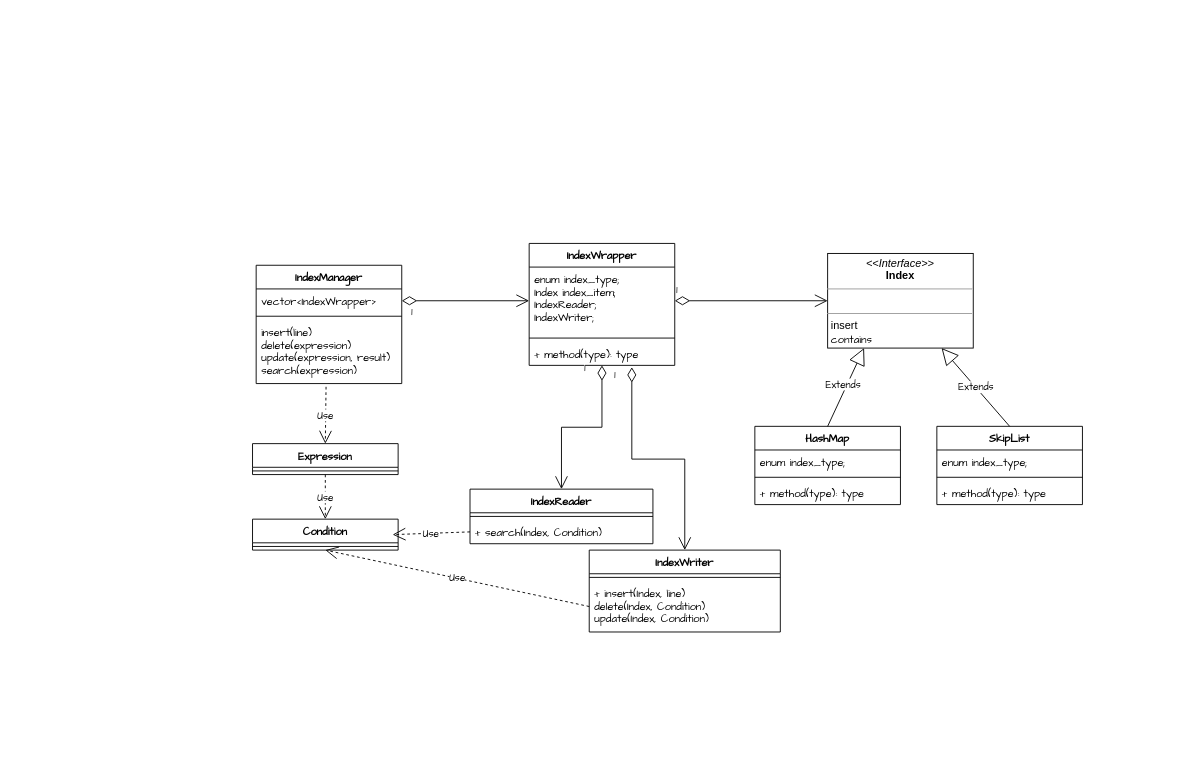
Before: 未命名绘图.drawio in gaochenxi/drawio, a draw.io diagram. Source tidied: cells renumbered, new cells numbered last; positions are measured from the earlier drawing's top-left corner, leaving out a move shared by most shapes. Both pictures are drawn from the tidied source at 91%, with x=0, y=0 at pixel (252, 243).
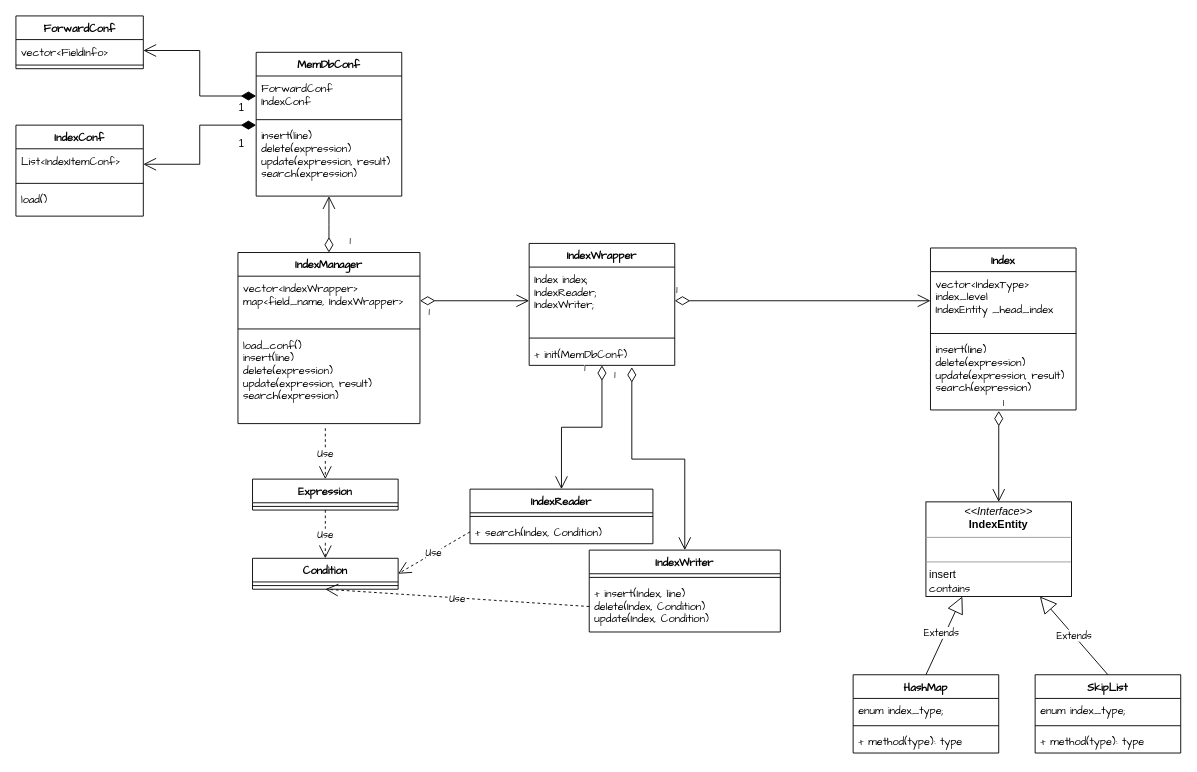
Above is the later version.

Commit message:
更新未命名绘图.drawio

The change refers to these unchanged cells:
```xml
<mxCell id="6" value="IndexWrapper" style="swimlane;fontStyle=1;align=center;verticalAlign=top;horizontal=1;startSize=26;fontFamily=Comic Sans MS;" parent="1" vertex="1">
  <mxGeometry x="304" width="160" height="134" as="geometry" />
</mxCell>
<mxCell id="31" value="+ search(Index, Condition)" style="text;strokeColor=none;fillColor=none;align=left;verticalAlign=top;spacingLeft=4;spacingRight=4;overflow=hidden;points=[[0,0.5],[1,0.5]];portConstraint=eastwest;fontFamily=Comic Sans MS;" parent="29" vertex="1">
  <mxGeometry y="34" width="201" height="26" as="geometry" />
</mxCell>
```

The edit, as a diff of the source:
```diff
@@
     <mxCell id="2" value="IndexManager" style="swimlane;fontStyle=1;align=center;verticalAlign=top;horizontal=1;startSize=26;fontFamily=Comic Sans MS;" parent="1" vertex="1">
-      <mxGeometry x="4" y="24" width="160" height="130" as="geometry" />
+      <mxGeometry x="-16" y="10" width="200" height="188" as="geometry" />
     </mxCell>
-    <mxCell id="3" value="vector&lt;IndexWrapper&gt;" style="text;strokeColor=none;fillColor=none;align=left;verticalAlign=top;spacingLeft=4;spacingRight=4;overflow=hidden;points=[[0,0.5],[1,0.5]];portConstraint=eastwest;fontFamily=Comic Sans MS;" parent="2" vertex="1">
-      <mxGeometry y="26" width="160" height="26" as="geometry" />
+    <mxCell id="3" value="vector&lt;IndexWrapper&gt;&#10;map&lt;field_name, IndexWrapper&gt;" style="text;strokeColor=none;fillColor=none;align=left;verticalAlign=top;spacingLeft=4;spacingRight=4;overflow=hidden;points=[[0,0.5],[1,0.5]];portConstraint=eastwest;fontFamily=Comic Sans MS;" parent="2" vertex="1">
+      <mxGeometry y="26" width="200" height="54" as="geometry" />
     </mxCell>
     <mxCell id="4" style="line;strokeWidth=1;fillColor=none;align=left;verticalAlign=middle;spacingTop=-1;spacingLeft=3;spacingRight=3;labelPosition=right;strokeColor=inherit;fontFamily=Comic Sans MS;" parent="2" vertex="1">
-      <mxGeometry y="52" width="160" height="8" as="geometry" />
+      <mxGeometry y="80" width="200" height="8" as="geometry" />
     </mxCell>
-    <mxCell id="5" value="insert(line)&#10;delete(expression)&#10;update(expression, result)&#10;search(expression)" style="text;strokeColor=none;fillColor=none;align=left;verticalAlign=top;spacingLeft=4;spacingRight=4;overflow=hidden;points=[[0,0.5],[1,0.5]];portConstraint=eastwest;fontFamily=Comic Sans MS;" parent="2" vertex="1">
-      <mxGeometry y="60" width="160" height="70" as="geometry" />
+    <mxCell id="5" value="load_conf()&#10;insert(line)&#10;delete(expression)&#10;update(expression, result)&#10;search(expression)" style="text;strokeColor=none;fillColor=none;align=left;verticalAlign=top;spacingLeft=4;spacingRight=4;overflow=hidden;points=[[0,0.5],[1,0.5]];portConstraint=eastwest;fontFamily=Comic Sans MS;" parent="2" vertex="1">
+      <mxGeometry y="88" width="200" height="100" as="geometry" />
     </mxCell>
@@
-    <mxCell id="7" value="enum index_type;&#10;Index index_item;&#10;IndexReader;&#10;IndexWriter;" style="text;strokeColor=none;fillColor=none;align=left;verticalAlign=top;spacingLeft=4;spacingRight=4;overflow=hidden;points=[[0,0.5],[1,0.5]];portConstraint=eastwest;fontFamily=Comic Sans MS;" parent="6" vertex="1">
+    <mxCell id="7" value="Index index;&#10;IndexReader;&#10;IndexWriter;" style="text;strokeColor=none;fillColor=none;align=left;verticalAlign=top;spacingLeft=4;spacingRight=4;overflow=hidden;points=[[0,0.5],[1,0.5]];portConstraint=eastwest;fontFamily=Comic Sans MS;" parent="6" vertex="1">
       <mxGeometry y="26" width="160" height="74" as="geometry" />
     </mxCell>
@@
-    <mxCell id="9" value="+ method(type): type" style="text;strokeColor=none;fillColor=none;align=left;verticalAlign=top;spacingLeft=4;spacingRight=4;overflow=hidden;points=[[0,0.5],[1,0.5]];portConstraint=eastwest;fontFamily=Comic Sans MS;" parent="6" vertex="1">
+    <mxCell id="9" value="+ init(MemDbConf)" style="text;strokeColor=none;fillColor=none;align=left;verticalAlign=top;spacingLeft=4;spacingRight=4;overflow=hidden;points=[[0,0.5],[1,0.5]];portConstraint=eastwest;fontFamily=Comic Sans MS;" parent="6" vertex="1">
       <mxGeometry y="108" width="160" height="26" as="geometry" />
     </mxCell>
-    <mxCell id="10" value="1" style="endArrow=open;html=1;endSize=12;startArrow=diamondThin;startSize=14;startFill=0;edgeStyle=orthogonalEdgeStyle;align=left;verticalAlign=bottom;rounded=0;exitX=1;exitY=0.5;exitDx=0;exitDy=0;entryX=0;entryY=0.5;entryDx=0;entryDy=0;fontFamily=Comic Sans MS;" parent="1" edge="1" source="3" target="7">
+    <mxCell id="10" value="1" style="endArrow=open;html=1;endSize=12;startArrow=diamondThin;startSize=14;startFill=0;edgeStyle=elbowEdgeStyle;align=left;verticalAlign=bottom;rounded=0;fontFamily=Comic Sans MS;exitX=0.5;exitY=0;exitDx=0;exitDy=0;elbow=vertical;" parent="1" edge="1" source="2" target="42">
       <mxGeometry x="-0.87" y="-21" relative="1" as="geometry" />
     </mxCell>
     <mxCell id="11" value="HashMap" style="swimlane;fontStyle=1;align=center;verticalAlign=top;horizontal=1;startSize=26;fontFamily=Comic Sans MS;" parent="1" vertex="1">
-      <mxGeometry x="552" y="201" width="160" height="86" as="geometry" />
+      <mxGeometry x="660" y="474" width="160" height="86" as="geometry" />
     </mxCell>
@@
     <mxCell id="15" value="SkipList" style="swimlane;fontStyle=1;align=center;verticalAlign=top;horizontal=1;startSize=26;fontFamily=Comic Sans MS;" parent="1" vertex="1">
-      <mxGeometry x="752" y="201" width="160" height="86" as="geometry" />
+      <mxGeometry x="860" y="474" width="160" height="86" as="geometry" />
     </mxCell>
@@
-    <mxCell id="21" value="&lt;p style=&quot;margin:0px;margin-top:4px;text-align:center;&quot;&gt;&lt;i&gt;&amp;lt;&amp;lt;Interface&amp;gt;&amp;gt;&lt;/i&gt;&lt;br&gt;&lt;b&gt;Index&lt;/b&gt;&lt;/p&gt;&lt;hr size=&quot;1&quot;&gt;&lt;p style=&quot;margin:0px;margin-left:4px;&quot;&gt;&lt;br&gt;&lt;/p&gt;&lt;hr size=&quot;1&quot;&gt;&lt;p style=&quot;margin:0px;margin-left:4px;&quot;&gt;insert&lt;br style=&quot;border-color: var(--border-color); padding: 0px; margin: 0px; font-family: &amp;quot;Comic Sans MS&amp;quot;;&quot;&gt;&lt;span style=&quot;font-family: &amp;quot;Comic Sans MS&amp;quot;;&quot;&gt;contains&lt;/span&gt;&lt;br&gt;&lt;/p&gt;" style="verticalAlign=top;align=left;overflow=fill;fontSize=12;fontFamily=Helvetica;html=1;" parent="1" vertex="1">
-      <mxGeometry x="632" y="11" width="160" height="104" as="geometry" />
+    <mxCell id="21" value="&lt;p style=&quot;margin:0px;margin-top:4px;text-align:center;&quot;&gt;&lt;i&gt;&amp;lt;&amp;lt;Interface&amp;gt;&amp;gt;&lt;/i&gt;&lt;br&gt;&lt;b&gt;IndexEntity&lt;/b&gt;&lt;/p&gt;&lt;hr size=&quot;1&quot;&gt;&lt;p style=&quot;margin:0px;margin-left:4px;&quot;&gt;&lt;br&gt;&lt;/p&gt;&lt;hr size=&quot;1&quot;&gt;&lt;p style=&quot;margin:0px;margin-left:4px;&quot;&gt;insert&lt;br style=&quot;border-color: var(--border-color); padding: 0px; margin: 0px; font-family: &amp;quot;Comic Sans MS&amp;quot;;&quot;&gt;&lt;span style=&quot;font-family: &amp;quot;Comic Sans MS&amp;quot;;&quot;&gt;contains&lt;/span&gt;&lt;br&gt;&lt;/p&gt;" style="verticalAlign=top;align=left;overflow=fill;fontSize=12;fontFamily=Helvetica;html=1;" parent="1" vertex="1">
+      <mxGeometry x="740" y="284" width="160" height="104" as="geometry" />
     </mxCell>
-    <mxCell id="22" value="1" style="endArrow=open;html=1;endSize=12;startArrow=diamondThin;startSize=14;startFill=0;edgeStyle=orthogonalEdgeStyle;align=left;verticalAlign=bottom;rounded=0;strokeColor=default;fontFamily=Comic Sans MS;entryX=0;entryY=0.5;entryDx=0;entryDy=0;exitX=1;exitY=0.5;exitDx=0;exitDy=0;" parent="1" edge="1" source="7" target="21">
+    <mxCell id="22" value="1" style="endArrow=open;html=1;endSize=12;startArrow=diamondThin;startSize=14;startFill=0;edgeStyle=orthogonalEdgeStyle;align=left;verticalAlign=bottom;rounded=0;strokeColor=default;fontFamily=Comic Sans MS;entryX=0;entryY=0.5;entryDx=0;entryDy=0;exitX=1;exitY=0.5;exitDx=0;exitDy=0;" parent="1" edge="1" source="7" target="47">
       <mxGeometry x="-1" y="3" relative="1" as="geometry" />
     </mxCell>
     <mxCell id="23" value="Condition" style="swimlane;fontStyle=1;align=center;verticalAlign=top;horizontal=1;startSize=26;fontFamily=Comic Sans MS;" parent="1" vertex="1">
-      <mxGeometry y="303" width="160" height="34" as="geometry" />
+      <mxGeometry y="346" width="160" height="34" as="geometry" />
     </mxCell>
@@
     <mxCell id="26" value="Expression" style="swimlane;fontStyle=1;align=center;verticalAlign=top;horizontal=1;startSize=26;fontFamily=Comic Sans MS;" parent="1" vertex="1">
-      <mxGeometry y="220" width="160" height="34" as="geometry" />
+      <mxGeometry y="259" width="160" height="34" as="geometry" />
     </mxCell>
@@
-    <mxCell id="32" value="Use" style="endArrow=open;endSize=12;dashed=1;html=1;rounded=0;strokeColor=default;fontFamily=Comic Sans MS;exitX=0;exitY=0.5;exitDx=0;exitDy=0;" parent="1" edge="1" source="31">
-      <mxGeometry relative="1" as="geometry">
-        <mxPoint x="154" y="320" as="targetPoint" />
-      </mxGeometry>
+    <mxCell id="32" value="Use" style="endArrow=open;endSize=12;dashed=1;html=1;rounded=0;strokeColor=default;fontFamily=Comic Sans MS;exitX=0;exitY=0.5;exitDx=0;exitDy=0;entryX=1;entryY=0.5;entryDx=0;entryDy=0;" parent="1" edge="1" source="31" target="23">
+      <mxGeometry relative="1" as="geometry" />
     </mxCell>
@@
+    <mxCell id="39" value="MemDbConf" style="swimlane;fontStyle=1;align=center;verticalAlign=top;horizontal=1;startSize=26;fontFamily=Comic Sans MS;" parent="1" vertex="1">
+      <mxGeometry x="4" y="-210" width="160" height="158" as="geometry" />
+    </mxCell>
+    <mxCell id="40" value="ForwardConf&#10;IndexConf" style="text;strokeColor=none;fillColor=none;align=left;verticalAlign=top;spacingLeft=4;spacingRight=4;overflow=hidden;points=[[0,0.5],[1,0.5]];portConstraint=eastwest;fontFamily=Comic Sans MS;" parent="39" vertex="1">
+      <mxGeometry y="26" width="160" height="44" as="geometry" />
+    </mxCell>
+    <mxCell id="41" style="line;strokeWidth=1;fillColor=none;align=left;verticalAlign=middle;spacingTop=-1;spacingLeft=3;spacingRight=3;labelPosition=right;strokeColor=inherit;fontFamily=Comic Sans MS;" parent="39" vertex="1">
+      <mxGeometry y="70" width="160" height="8" as="geometry" />
+    </mxCell>
+    <mxCell id="42" value="insert(line)&#10;delete(expression)&#10;update(expression, result)&#10;search(expression)" style="text;strokeColor=none;fillColor=none;align=left;verticalAlign=top;spacingLeft=4;spacingRight=4;overflow=hidden;points=[[0,0.5],[1,0.5]];portConstraint=eastwest;fontFamily=Comic Sans MS;" parent="39" vertex="1">
+      <mxGeometry y="78" width="160" height="80" as="geometry" />
+    </mxCell>
+    <mxCell id="43" value="ForwardConf" style="swimlane;fontStyle=1;align=center;verticalAlign=top;horizontal=1;startSize=26;fontFamily=Comic Sans MS;" parent="1" vertex="1">
+      <mxGeometry x="-260" y="-250" width="140" height="58" as="geometry" />
+    </mxCell>
+    <mxCell id="44" value="vector&lt;FieldInfo&gt;" style="text;strokeColor=none;fillColor=none;align=left;verticalAlign=top;spacingLeft=4;spacingRight=4;overflow=hidden;points=[[0,0.5],[1,0.5]];portConstraint=eastwest;fontFamily=Comic Sans MS;" parent="43" vertex="1">
+      <mxGeometry y="26" width="140" height="24" as="geometry" />
+    </mxCell>
+    <mxCell id="45" style="line;strokeWidth=1;fillColor=none;align=left;verticalAlign=middle;spacingTop=-1;spacingLeft=3;spacingRight=3;labelPosition=right;strokeColor=inherit;fontFamily=Comic Sans MS;" parent="43" vertex="1">
+      <mxGeometry y="50" width="140" height="8" as="geometry" />
+    </mxCell>
+    <mxCell id="46" value="Index" style="swimlane;fontStyle=1;align=center;verticalAlign=top;horizontal=1;startSize=26;fontFamily=Comic Sans MS;" parent="1" vertex="1">
+      <mxGeometry x="745" y="5" width="160" height="178" as="geometry" />
+    </mxCell>
+    <mxCell id="47" value="vector&lt;IndexType&gt;&#10;index_level&#10;IndexEntity _head_index" style="text;strokeColor=none;fillColor=none;align=left;verticalAlign=top;spacingLeft=4;spacingRight=4;overflow=hidden;points=[[0,0.5],[1,0.5]];portConstraint=eastwest;fontFamily=Comic Sans MS;" parent="46" vertex="1">
+      <mxGeometry y="26" width="160" height="64" as="geometry" />
+    </mxCell>
+    <mxCell id="48" style="line;strokeWidth=1;fillColor=none;align=left;verticalAlign=middle;spacingTop=-1;spacingLeft=3;spacingRight=3;labelPosition=right;strokeColor=inherit;fontFamily=Comic Sans MS;" parent="46" vertex="1">
+      <mxGeometry y="90" width="160" height="8" as="geometry" />
+    </mxCell>
+    <mxCell id="49" value="insert(line)&#10;delete(expression)&#10;update(expression, result)&#10;search(expression)" style="text;strokeColor=none;fillColor=none;align=left;verticalAlign=top;spacingLeft=4;spacingRight=4;overflow=hidden;points=[[0,0.5],[1,0.5]];portConstraint=eastwest;fontFamily=Comic Sans MS;" parent="46" vertex="1">
+      <mxGeometry y="98" width="160" height="80" as="geometry" />
+    </mxCell>
+    <mxCell id="50" value="IndexConf" style="swimlane;fontStyle=1;align=center;verticalAlign=top;horizontal=1;startSize=26;fontFamily=Comic Sans MS;" parent="1" vertex="1">
+      <mxGeometry x="-260" y="-130" width="140" height="100" as="geometry" />
+    </mxCell>
+    <mxCell id="51" value="List&lt;IndexItemConf&gt;" style="text;strokeColor=none;fillColor=none;align=left;verticalAlign=top;spacingLeft=4;spacingRight=4;overflow=hidden;points=[[0,0.5],[1,0.5]];portConstraint=eastwest;fontFamily=Comic Sans MS;" parent="50" vertex="1">
+      <mxGeometry y="26" width="140" height="34" as="geometry" />
+    </mxCell>
+    <mxCell id="52" style="line;strokeWidth=1;fillColor=none;align=left;verticalAlign=middle;spacingTop=-1;spacingLeft=3;spacingRight=3;labelPosition=right;strokeColor=inherit;fontFamily=Comic Sans MS;" parent="50" vertex="1">
+      <mxGeometry y="60" width="140" height="8" as="geometry" />
+    </mxCell>
+    <mxCell id="53" value="load()" style="text;strokeColor=none;fillColor=none;align=left;verticalAlign=top;spacingLeft=4;spacingRight=4;overflow=hidden;fontFamily=Comic Sans MS;" parent="50" vertex="1">
+      <mxGeometry y="68" width="140" height="32" as="geometry" />
+    </mxCell>
+    <mxCell id="54" value="1" style="endArrow=open;html=1;endSize=12;startArrow=diamondThin;startSize=14;startFill=0;edgeStyle=orthogonalEdgeStyle;align=left;verticalAlign=bottom;rounded=0;strokeColor=default;fontFamily=Comic Sans MS;entryX=0.5;entryY=0;entryDx=0;entryDy=0;exitX=0.469;exitY=1.013;exitDx=0;exitDy=0;exitPerimeter=0;" parent="1" edge="1" source="49" target="21">
+      <mxGeometry x="-1" y="3" relative="1" as="geometry" />
+    </mxCell>
+    <mxCell id="55" value="1" style="endArrow=open;html=1;endSize=12;startArrow=diamondThin;startSize=14;startFill=1;edgeStyle=orthogonalEdgeStyle;align=left;verticalAlign=bottom;rounded=0;exitX=0;exitY=0.5;exitDx=0;exitDy=0;entryX=1;entryY=0.5;entryDx=0;entryDy=0;" parent="1" edge="1" source="40" target="44">
+      <mxGeometry x="-0.76" y="22" relative="1" as="geometry" />
+    </mxCell>
+    <mxCell id="56" value="1" style="endArrow=open;html=1;endSize=12;startArrow=diamondThin;startSize=14;startFill=1;edgeStyle=orthogonalEdgeStyle;align=left;verticalAlign=bottom;rounded=0;exitX=0;exitY=0.025;exitDx=0;exitDy=0;entryX=1;entryY=0.5;entryDx=0;entryDy=0;exitPerimeter=0;" parent="1" edge="1" source="42" target="51">
+      <mxGeometry x="-0.75" y="30" relative="1" as="geometry" />
+    </mxCell>
+    <mxCell id="57" value="1" style="endArrow=open;html=1;endSize=12;startArrow=diamondThin;startSize=14;startFill=0;edgeStyle=orthogonalEdgeStyle;align=left;verticalAlign=bottom;rounded=0;entryX=0;entryY=0.5;entryDx=0;entryDy=0;fontFamily=Comic Sans MS;" parent="1" edge="1" source="3" target="7">
+      <mxGeometry x="-0.87" y="-21" relative="1" as="geometry" />
+    </mxCell>
```
